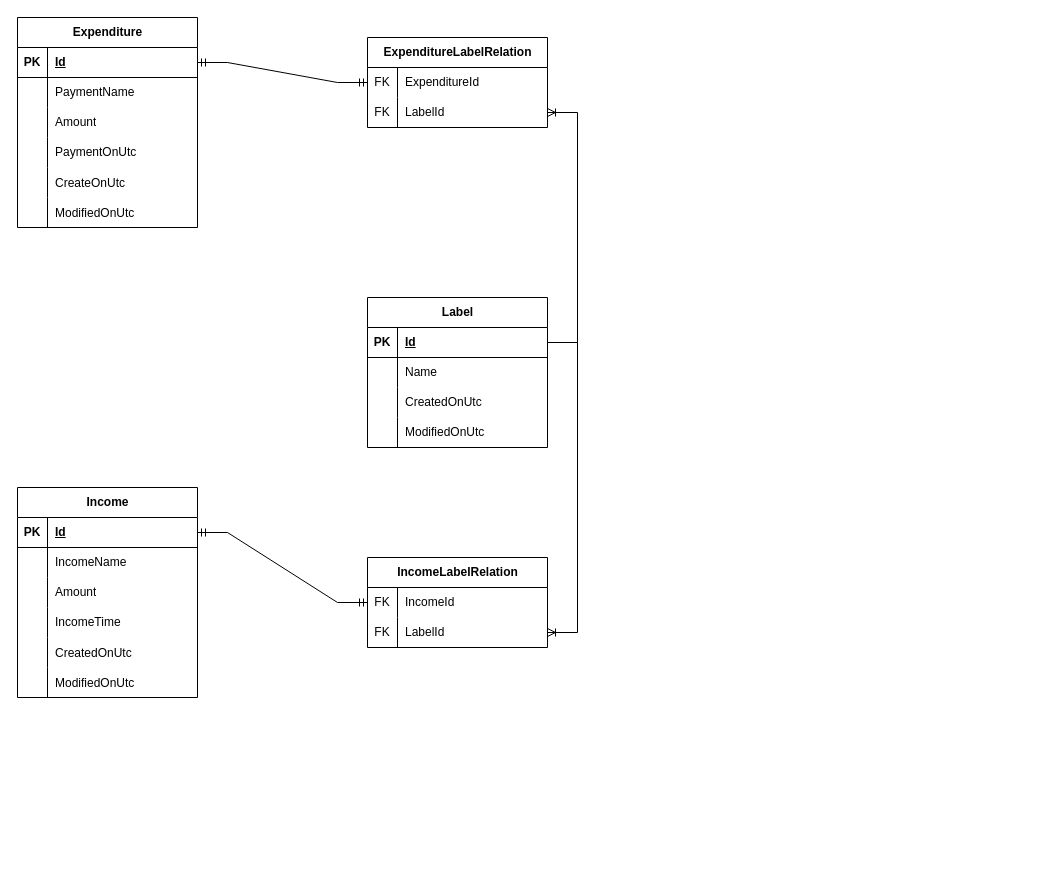
Before: page "EF Model" (4 of 5) of MyBookKeeper.drawio in TanaChu0409/book-keeper, a draw.io diagram. Source tidied: cells renumbered, new cells numbered last; positions are measured from the earlier drawing's top-left corner, leaving out a move shared by most shapes. Both pictures are drawn from the tidied source at 100%, with x=0, y=0 at pixel (17, 17).
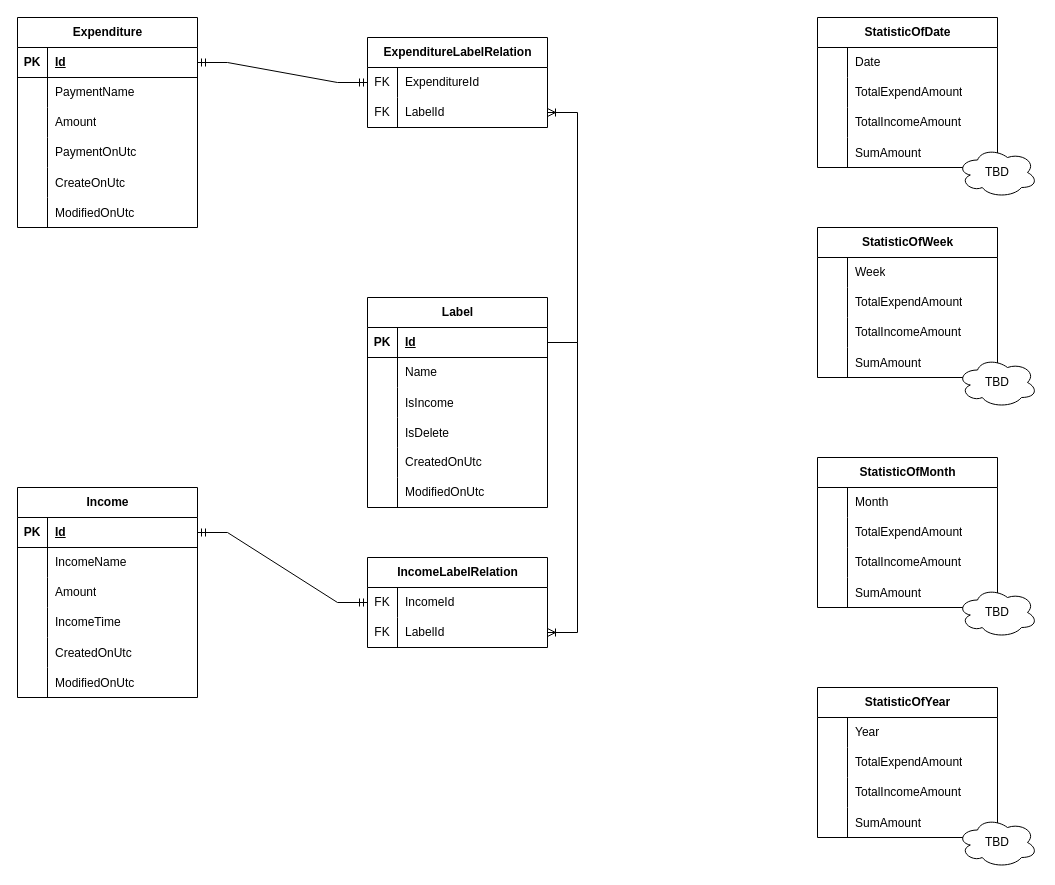
The same diagram, later.

Diff of the diagram source:
```diff
@@
     <mxCell id="28" value="Label" style="shape=table;startSize=30;childLayout=tableLayout;rowLines=0;fontStyle=1;align=center;html=1;" parent="1" vertex="1">
-      <mxGeometry x="350" y="280" width="180" height="150" as="geometry" />
+      <mxGeometry x="350" y="280" width="180" height="210" as="geometry" />
     </mxCell>
@@
+    <mxCell id="71" style="shape=tableRow;horizontal=0;startSize=0;swimlaneHead=0;swimlaneBody=0;fillColor=none;top=0;left=0;right=0;bottom=0;" parent="28" vertex="1">
+      <mxGeometry y="90" width="180" height="30" as="geometry" />
+    </mxCell>
+    <mxCell id="72" style="shape=partialRectangle;fillColor=none;top=0;left=0;bottom=0;right=0;overflow=hidden;" parent="71" vertex="1">
+      <mxGeometry width="30" height="30" as="geometry" />
+    </mxCell>
+    <mxCell id="73" value="IsIncome" style="shape=partialRectangle;fillColor=none;top=0;left=0;bottom=0;right=0;align=left;spacingLeft=6;overflow=hidden;" parent="71" vertex="1">
+      <mxGeometry x="30" width="150" height="30" as="geometry" />
+    </mxCell>
+    <mxCell id="74" style="shape=tableRow;horizontal=0;startSize=0;swimlaneHead=0;swimlaneBody=0;fillColor=none;top=0;left=0;right=0;bottom=0;" parent="28" vertex="1">
+      <mxGeometry y="120" width="180" height="30" as="geometry" />
+    </mxCell>
+    <mxCell id="75" style="shape=partialRectangle;fillColor=none;top=0;left=0;bottom=0;right=0;overflow=hidden;" parent="74" vertex="1">
+      <mxGeometry width="30" height="30" as="geometry" />
+    </mxCell>
+    <mxCell id="76" value="IsDelete" style="shape=partialRectangle;fillColor=none;top=0;left=0;bottom=0;right=0;align=left;spacingLeft=6;overflow=hidden;" parent="74" vertex="1">
+      <mxGeometry x="30" width="150" height="30" as="geometry" />
+    </mxCell>
     <mxCell id="35" style="shape=tableRow;horizontal=0;startSize=0;swimlaneHead=0;swimlaneBody=0;fillColor=none;top=0;left=0;right=0;bottom=0;" parent="28" vertex="1">
-      <mxGeometry y="90" width="180" height="30" as="geometry" />
+      <mxGeometry y="150" width="180" height="30" as="geometry" />
     </mxCell>
@@
     <mxCell id="38" style="shape=tableRow;horizontal=0;startSize=0;swimlaneHead=0;swimlaneBody=0;fillColor=none;top=0;left=0;right=0;bottom=0;" parent="28" vertex="1">
-      <mxGeometry y="120" width="180" height="30" as="geometry" />
+      <mxGeometry y="180" width="180" height="30" as="geometry" />
     </mxCell>
@@
+    <mxCell id="77" value="StatisticOfDate" style="shape=table;startSize=30;childLayout=tableLayout;rowLines=0;fontStyle=1;align=center;html=1;" parent="1" vertex="1">
+      <mxGeometry x="800" width="180" height="150" as="geometry" />
+    </mxCell>
+    <mxCell id="78" style="shape=tableRow;horizontal=0;startSize=0;swimlaneHead=0;swimlaneBody=0;fillColor=none;top=0;left=0;right=0;bottom=0;" parent="77" vertex="1">
+      <mxGeometry y="30" width="180" height="30" as="geometry" />
+    </mxCell>
+    <mxCell id="79" style="shape=partialRectangle;fillColor=none;top=0;left=0;bottom=0;right=0;overflow=hidden;whiteSpace=wrap;html=1;" parent="78" vertex="1">
+      <mxGeometry width="30" height="30" as="geometry" />
+    </mxCell>
+    <mxCell id="80" value="Date" style="shape=partialRectangle;fillColor=none;top=0;left=0;bottom=0;right=0;align=left;spacingLeft=6;overflow=hidden;whiteSpace=wrap;html=1;" parent="78" vertex="1">
+      <mxGeometry x="30" width="150" height="30" as="geometry" />
+    </mxCell>
+    <mxCell id="81" style="shape=tableRow;horizontal=0;startSize=0;swimlaneHead=0;swimlaneBody=0;fillColor=none;top=0;left=0;right=0;bottom=0;" parent="77" vertex="1">
+      <mxGeometry y="60" width="180" height="30" as="geometry" />
+    </mxCell>
+    <mxCell id="82" style="shape=partialRectangle;fillColor=none;top=0;left=0;bottom=0;right=0;overflow=hidden;whiteSpace=wrap;html=1;" parent="81" vertex="1">
+      <mxGeometry width="30" height="30" as="geometry" />
+    </mxCell>
+    <mxCell id="83" value="TotalExpendAmount" style="shape=partialRectangle;fillColor=none;top=0;left=0;bottom=0;right=0;align=left;spacingLeft=6;overflow=hidden;whiteSpace=wrap;html=1;" parent="81" vertex="1">
+      <mxGeometry x="30" width="150" height="30" as="geometry" />
+    </mxCell>
+    <mxCell id="84" style="shape=tableRow;horizontal=0;startSize=0;swimlaneHead=0;swimlaneBody=0;fillColor=none;top=0;left=0;right=0;bottom=0;" parent="77" vertex="1">
+      <mxGeometry y="90" width="180" height="30" as="geometry" />
+    </mxCell>
+    <mxCell id="85" style="shape=partialRectangle;fillColor=none;top=0;left=0;bottom=0;right=0;overflow=hidden;whiteSpace=wrap;html=1;" parent="84" vertex="1">
+      <mxGeometry width="30" height="30" as="geometry" />
+    </mxCell>
+    <mxCell id="86" value="TotalIncomeAmount" style="shape=partialRectangle;fillColor=none;top=0;left=0;bottom=0;right=0;align=left;spacingLeft=6;overflow=hidden;whiteSpace=wrap;html=1;" parent="84" vertex="1">
+      <mxGeometry x="30" width="150" height="30" as="geometry" />
+    </mxCell>
+    <mxCell id="87" style="shape=tableRow;horizontal=0;startSize=0;swimlaneHead=0;swimlaneBody=0;fillColor=none;top=0;left=0;right=0;bottom=0;" parent="77" vertex="1">
+      <mxGeometry y="120" width="180" height="30" as="geometry" />
+    </mxCell>
+    <mxCell id="88" style="shape=partialRectangle;fillColor=none;top=0;left=0;bottom=0;right=0;overflow=hidden;" parent="87" vertex="1">
+      <mxGeometry width="30" height="30" as="geometry" />
+    </mxCell>
+    <mxCell id="89" value="SumAmount" style="shape=partialRectangle;fillColor=none;top=0;left=0;bottom=0;right=0;align=left;spacingLeft=6;overflow=hidden;" parent="87" vertex="1">
+      <mxGeometry x="30" width="150" height="30" as="geometry" />
+    </mxCell>
+    <mxCell id="90" value="StatisticOfWeek" style="shape=table;startSize=30;childLayout=tableLayout;rowLines=0;fontStyle=1;align=center;html=1;" parent="1" vertex="1">
+      <mxGeometry x="800" y="210" width="180" height="150" as="geometry" />
+    </mxCell>
+    <mxCell id="91" style="shape=tableRow;horizontal=0;startSize=0;swimlaneHead=0;swimlaneBody=0;fillColor=none;top=0;left=0;right=0;bottom=0;" parent="90" vertex="1">
+      <mxGeometry y="30" width="180" height="30" as="geometry" />
+    </mxCell>
+    <mxCell id="92" style="shape=partialRectangle;fillColor=none;top=0;left=0;bottom=0;right=0;overflow=hidden;whiteSpace=wrap;html=1;" parent="91" vertex="1">
+      <mxGeometry width="30" height="30" as="geometry" />
+    </mxCell>
+    <mxCell id="93" value="Week" style="shape=partialRectangle;fillColor=none;top=0;left=0;bottom=0;right=0;align=left;spacingLeft=6;overflow=hidden;whiteSpace=wrap;html=1;" parent="91" vertex="1">
+      <mxGeometry x="30" width="150" height="30" as="geometry" />
+    </mxCell>
+    <mxCell id="94" style="shape=tableRow;horizontal=0;startSize=0;swimlaneHead=0;swimlaneBody=0;fillColor=none;top=0;left=0;right=0;bottom=0;" parent="90" vertex="1">
+      <mxGeometry y="60" width="180" height="30" as="geometry" />
+    </mxCell>
+    <mxCell id="95" style="shape=partialRectangle;fillColor=none;top=0;left=0;bottom=0;right=0;overflow=hidden;whiteSpace=wrap;html=1;" parent="94" vertex="1">
+      <mxGeometry width="30" height="30" as="geometry" />
+    </mxCell>
+    <mxCell id="96" value="TotalExpendAmount" style="shape=partialRectangle;fillColor=none;top=0;left=0;bottom=0;right=0;align=left;spacingLeft=6;overflow=hidden;whiteSpace=wrap;html=1;" parent="94" vertex="1">
+      <mxGeometry x="30" width="150" height="30" as="geometry" />
+    </mxCell>
+    <mxCell id="97" style="shape=tableRow;horizontal=0;startSize=0;swimlaneHead=0;swimlaneBody=0;fillColor=none;top=0;left=0;right=0;bottom=0;" parent="90" vertex="1">
+      <mxGeometry y="90" width="180" height="30" as="geometry" />
+    </mxCell>
+    <mxCell id="98" style="shape=partialRectangle;fillColor=none;top=0;left=0;bottom=0;right=0;overflow=hidden;whiteSpace=wrap;html=1;" parent="97" vertex="1">
+      <mxGeometry width="30" height="30" as="geometry" />
+    </mxCell>
+    <mxCell id="99" value="TotalIncomeAmount" style="shape=partialRectangle;fillColor=none;top=0;left=0;bottom=0;right=0;align=left;spacingLeft=6;overflow=hidden;whiteSpace=wrap;html=1;" parent="97" vertex="1">
+      <mxGeometry x="30" width="150" height="30" as="geometry" />
+    </mxCell>
+    <mxCell id="100" style="shape=tableRow;horizontal=0;startSize=0;swimlaneHead=0;swimlaneBody=0;fillColor=none;top=0;left=0;right=0;bottom=0;" parent="90" vertex="1">
+      <mxGeometry y="120" width="180" height="30" as="geometry" />
+    </mxCell>
+    <mxCell id="101" style="shape=partialRectangle;fillColor=none;top=0;left=0;bottom=0;right=0;overflow=hidden;" parent="100" vertex="1">
+      <mxGeometry width="30" height="30" as="geometry" />
+    </mxCell>
+    <mxCell id="102" value="SumAmount" style="shape=partialRectangle;fillColor=none;top=0;left=0;bottom=0;right=0;align=left;spacingLeft=6;overflow=hidden;" parent="100" vertex="1">
+      <mxGeometry x="30" width="150" height="30" as="geometry" />
+    </mxCell>
+    <mxCell id="103" value="StatisticOfMonth" style="shape=table;startSize=30;childLayout=tableLayout;rowLines=0;fontStyle=1;align=center;html=1;" parent="1" vertex="1">
+      <mxGeometry x="800" y="440" width="180" height="150" as="geometry" />
+    </mxCell>
+    <mxCell id="104" style="shape=tableRow;horizontal=0;startSize=0;swimlaneHead=0;swimlaneBody=0;fillColor=none;top=0;left=0;right=0;bottom=0;" parent="103" vertex="1">
+      <mxGeometry y="30" width="180" height="30" as="geometry" />
+    </mxCell>
+    <mxCell id="105" style="shape=partialRectangle;fillColor=none;top=0;left=0;bottom=0;right=0;overflow=hidden;whiteSpace=wrap;html=1;" parent="104" vertex="1">
+      <mxGeometry width="30" height="30" as="geometry" />
+    </mxCell>
+    <mxCell id="106" value="Month" style="shape=partialRectangle;fillColor=none;top=0;left=0;bottom=0;right=0;align=left;spacingLeft=6;overflow=hidden;whiteSpace=wrap;html=1;" parent="104" vertex="1">
+      <mxGeometry x="30" width="150" height="30" as="geometry" />
+    </mxCell>
+    <mxCell id="107" style="shape=tableRow;horizontal=0;startSize=0;swimlaneHead=0;swimlaneBody=0;fillColor=none;top=0;left=0;right=0;bottom=0;" parent="103" vertex="1">
+      <mxGeometry y="60" width="180" height="30" as="geometry" />
+    </mxCell>
+    <mxCell id="108" style="shape=partialRectangle;fillColor=none;top=0;left=0;bottom=0;right=0;overflow=hidden;whiteSpace=wrap;html=1;" parent="107" vertex="1">
+      <mxGeometry width="30" height="30" as="geometry" />
+    </mxCell>
+    <mxCell id="109" value="TotalExpendAmount" style="shape=partialRectangle;fillColor=none;top=0;left=0;bottom=0;right=0;align=left;spacingLeft=6;overflow=hidden;whiteSpace=wrap;html=1;" parent="107" vertex="1">
+      <mxGeometry x="30" width="150" height="30" as="geometry" />
+    </mxCell>
+    <mxCell id="110" style="shape=tableRow;horizontal=0;startSize=0;swimlaneHead=0;swimlaneBody=0;fillColor=none;top=0;left=0;right=0;bottom=0;" parent="103" vertex="1">
+      <mxGeometry y="90" width="180" height="30" as="geometry" />
+    </mxCell>
+    <mxCell id="111" style="shape=partialRectangle;fillColor=none;top=0;left=0;bottom=0;right=0;overflow=hidden;whiteSpace=wrap;html=1;" parent="110" vertex="1">
+      <mxGeometry width="30" height="30" as="geometry" />
+    </mxCell>
+    <mxCell id="112" value="TotalIncomeAmount" style="shape=partialRectangle;fillColor=none;top=0;left=0;bottom=0;right=0;align=left;spacingLeft=6;overflow=hidden;whiteSpace=wrap;html=1;" parent="110" vertex="1">
+      <mxGeometry x="30" width="150" height="30" as="geometry" />
+    </mxCell>
+    <mxCell id="113" style="shape=tableRow;horizontal=0;startSize=0;swimlaneHead=0;swimlaneBody=0;fillColor=none;top=0;left=0;right=0;bottom=0;" parent="103" vertex="1">
+      <mxGeometry y="120" width="180" height="30" as="geometry" />
+    </mxCell>
+    <mxCell id="114" style="shape=partialRectangle;fillColor=none;top=0;left=0;bottom=0;right=0;overflow=hidden;" parent="113" vertex="1">
+      <mxGeometry width="30" height="30" as="geometry" />
+    </mxCell>
+    <mxCell id="115" value="SumAmount" style="shape=partialRectangle;fillColor=none;top=0;left=0;bottom=0;right=0;align=left;spacingLeft=6;overflow=hidden;" parent="113" vertex="1">
+      <mxGeometry x="30" width="150" height="30" as="geometry" />
+    </mxCell>
+    <mxCell id="116" value="TBD" style="ellipse;shape=cloud;whiteSpace=wrap;html=1;" parent="1" vertex="1">
+      <mxGeometry x="940" y="130" width="80" height="50" as="geometry" />
+    </mxCell>
+    <mxCell id="117" value="TBD" style="ellipse;shape=cloud;whiteSpace=wrap;html=1;" parent="1" vertex="1">
+      <mxGeometry x="940" y="340" width="80" height="50" as="geometry" />
+    </mxCell>
+    <mxCell id="118" value="TBD" style="ellipse;shape=cloud;whiteSpace=wrap;html=1;" parent="1" vertex="1">
+      <mxGeometry x="940" y="570" width="80" height="50" as="geometry" />
+    </mxCell>
+    <mxCell id="119" value="StatisticOfYear" style="shape=table;startSize=30;childLayout=tableLayout;rowLines=0;fontStyle=1;align=center;html=1;" parent="1" vertex="1">
+      <mxGeometry x="800" y="670" width="180" height="150" as="geometry" />
+    </mxCell>
+    <mxCell id="120" style="shape=tableRow;horizontal=0;startSize=0;swimlaneHead=0;swimlaneBody=0;fillColor=none;top=0;left=0;right=0;bottom=0;" parent="119" vertex="1">
+      <mxGeometry y="30" width="180" height="30" as="geometry" />
+    </mxCell>
+    <mxCell id="121" style="shape=partialRectangle;fillColor=none;top=0;left=0;bottom=0;right=0;overflow=hidden;whiteSpace=wrap;html=1;" parent="120" vertex="1">
+      <mxGeometry width="30" height="30" as="geometry" />
+    </mxCell>
+    <mxCell id="122" value="Year" style="shape=partialRectangle;fillColor=none;top=0;left=0;bottom=0;right=0;align=left;spacingLeft=6;overflow=hidden;whiteSpace=wrap;html=1;" parent="120" vertex="1">
+      <mxGeometry x="30" width="150" height="30" as="geometry" />
+    </mxCell>
+    <mxCell id="123" style="shape=tableRow;horizontal=0;startSize=0;swimlaneHead=0;swimlaneBody=0;fillColor=none;top=0;left=0;right=0;bottom=0;" parent="119" vertex="1">
+      <mxGeometry y="60" width="180" height="30" as="geometry" />
+    </mxCell>
+    <mxCell id="124" style="shape=partialRectangle;fillColor=none;top=0;left=0;bottom=0;right=0;overflow=hidden;whiteSpace=wrap;html=1;" parent="123" vertex="1">
+      <mxGeometry width="30" height="30" as="geometry" />
+    </mxCell>
+    <mxCell id="125" value="TotalExpendAmount" style="shape=partialRectangle;fillColor=none;top=0;left=0;bottom=0;right=0;align=left;spacingLeft=6;overflow=hidden;whiteSpace=wrap;html=1;" parent="123" vertex="1">
+      <mxGeometry x="30" width="150" height="30" as="geometry" />
+    </mxCell>
+    <mxCell id="126" style="shape=tableRow;horizontal=0;startSize=0;swimlaneHead=0;swimlaneBody=0;fillColor=none;top=0;left=0;right=0;bottom=0;" parent="119" vertex="1">
+      <mxGeometry y="90" width="180" height="30" as="geometry" />
+    </mxCell>
+    <mxCell id="127" style="shape=partialRectangle;fillColor=none;top=0;left=0;bottom=0;right=0;overflow=hidden;whiteSpace=wrap;html=1;" parent="126" vertex="1">
+      <mxGeometry width="30" height="30" as="geometry" />
+    </mxCell>
+    <mxCell id="128" value="TotalIncomeAmount" style="shape=partialRectangle;fillColor=none;top=0;left=0;bottom=0;right=0;align=left;spacingLeft=6;overflow=hidden;whiteSpace=wrap;html=1;" parent="126" vertex="1">
+      <mxGeometry x="30" width="150" height="30" as="geometry" />
+    </mxCell>
+    <mxCell id="129" style="shape=tableRow;horizontal=0;startSize=0;swimlaneHead=0;swimlaneBody=0;fillColor=none;top=0;left=0;right=0;bottom=0;" parent="119" vertex="1">
+      <mxGeometry y="120" width="180" height="30" as="geometry" />
+    </mxCell>
+    <mxCell id="130" style="shape=partialRectangle;fillColor=none;top=0;left=0;bottom=0;right=0;overflow=hidden;" parent="129" vertex="1">
+      <mxGeometry width="30" height="30" as="geometry" />
+    </mxCell>
+    <mxCell id="131" value="SumAmount" style="shape=partialRectangle;fillColor=none;top=0;left=0;bottom=0;right=0;align=left;spacingLeft=6;overflow=hidden;" parent="129" vertex="1">
+      <mxGeometry x="30" width="150" height="30" as="geometry" />
+    </mxCell>
+    <mxCell id="132" value="TBD" style="ellipse;shape=cloud;whiteSpace=wrap;html=1;" parent="1" vertex="1">
+      <mxGeometry x="940" y="800" width="80" height="50" as="geometry" />
+    </mxCell>
```
